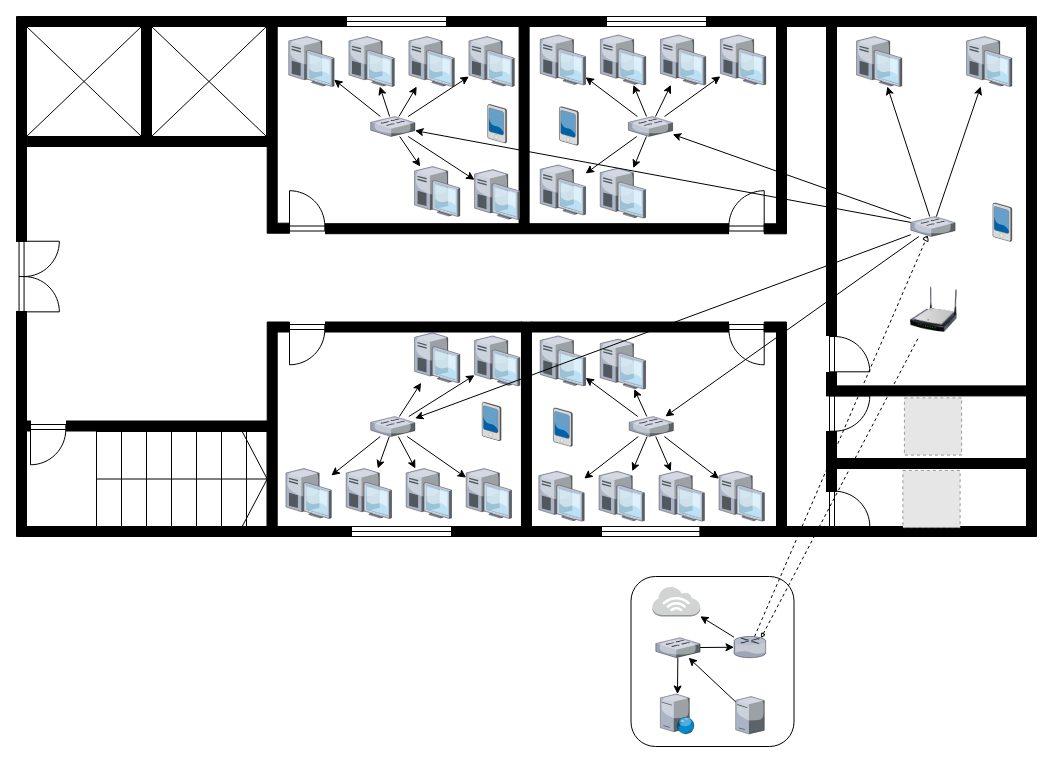
Before: page "Page-1" (1 of 6) of Biểu đồ không có tiêu đề.drawio in thdngh/jdz, a draw.io diagram. Source tidied: cells renumbered, new cells numbered last; positions are measured from the earlier drawing's top-left corner, leaving out a move shared by most shapes. Both pictures are drawn from the tidied source at 100%, with x=0, y=0 at pixel (2, 16). Pictures stored in the file or linked from it are replaced by grey dashed boxes.
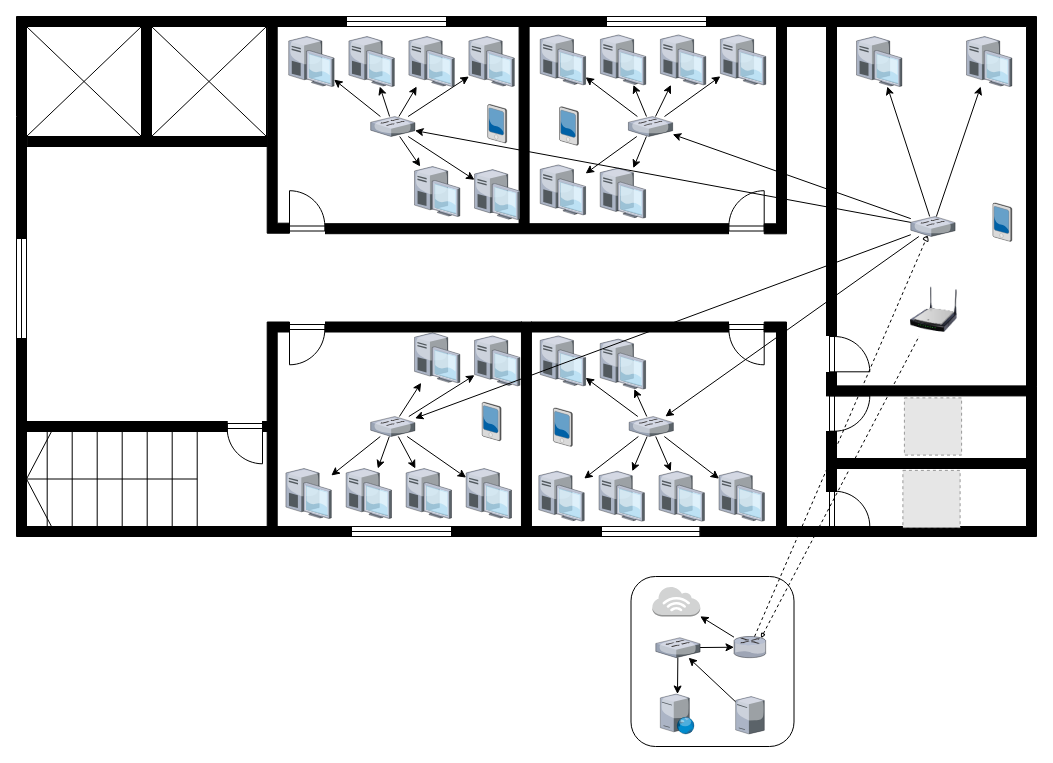
Above is the later version.

Change to the diagram source:
```diff
@@
-    <mxCell id="13" style="verticalLabelPosition=bottom;html=1;verticalAlign=top;align=center;shape=mxgraph.floorplan.doorDouble;fillColor=none;rotation=-90;rounded=1;" parent="1" vertex="1">
-      <mxGeometry y="241.3" width="70.6" height="37.5" as="geometry" />
-    </mxCell>
@@
-    <mxCell id="15" style="verticalLabelPosition=bottom;html=1;verticalAlign=top;align=center;shape=mxgraph.floorplan.stairs;fillColor=none;rounded=1;" parent="1" vertex="1">
-      <mxGeometry x="94" y="415" width="170.7" height="95" as="geometry" />
-    </mxCell>
-    <mxCell id="16" style="verticalLabelPosition=bottom;html=1;verticalAlign=top;align=center;shape=mxgraph.floorplan.wall;fillColor=strokeColor;rounded=1;" parent="1" vertex="1">
-      <mxGeometry x="64" y="404.5" width="200.7" height="10" as="geometry" />
-    </mxCell>
-    <mxCell id="17" style="verticalLabelPosition=bottom;html=1;verticalAlign=top;align=center;shape=mxgraph.floorplan.doorLeft;fillColor=none;rounded=1;" parent="1" vertex="1">
-      <mxGeometry x="28" y="408" width="35.3" height="37.5" as="geometry" />
-    </mxCell>
-    <mxCell id="18" style="verticalLabelPosition=bottom;html=1;verticalAlign=top;align=center;shape=mxgraph.floorplan.wall;fillColor=strokeColor;rounded=1;" parent="1" vertex="1">
-      <mxGeometry x="14" y="404.5" width="14" height="10" as="geometry" />
-    </mxCell>
@@
-    <mxCell id="21" style="verticalLabelPosition=bottom;html=1;verticalAlign=top;align=center;shape=mxgraph.floorplan.wall;fillColor=strokeColor;direction=south;rounded=1;" parent="1" vertex="1">
-      <mxGeometry x="14" y="100" width="10" height="125" as="geometry" />
-    </mxCell>
@@
-    <mxCell id="24" style="verticalLabelPosition=bottom;html=1;verticalAlign=top;align=center;shape=mxgraph.floorplan.wall;fillColor=strokeColor;direction=south;rounded=1;" parent="1" vertex="1">
-      <mxGeometry x="14" y="295" width="10" height="125" as="geometry" />
-    </mxCell>
@@
+    <mxCell id="134" style="verticalLabelPosition=bottom;html=1;verticalAlign=top;align=center;shape=mxgraph.floorplan.wall;fillColor=strokeColor;direction=south;" parent="1" vertex="1">
+      <mxGeometry x="14" y="101" width="10" height="120" as="geometry" />
+    </mxCell>
+    <mxCell id="135" style="verticalLabelPosition=bottom;html=1;verticalAlign=top;align=center;shape=mxgraph.floorplan.wall;fillColor=strokeColor;direction=south;" parent="1" vertex="1">
+      <mxGeometry x="14" y="322" width="10" height="98" as="geometry" />
+    </mxCell>
+    <mxCell id="136" style="verticalLabelPosition=bottom;html=1;verticalAlign=top;align=center;shape=mxgraph.floorplan.window;fillColor=none;rotation=-90;" parent="1" vertex="1">
+      <mxGeometry x="-31" y="267" width="100" height="10" as="geometry" />
+    </mxCell>
+    <mxCell id="137" style="verticalLabelPosition=bottom;html=1;verticalAlign=top;align=center;shape=mxgraph.floorplan.wall;fillColor=strokeColor;" parent="1" vertex="1">
+      <mxGeometry x="24" y="405" width="200.7" height="10" as="geometry" />
+    </mxCell>
+    <mxCell id="138" style="verticalLabelPosition=bottom;html=1;verticalAlign=top;align=center;shape=mxgraph.floorplan.doorLeft;fillColor=none;flipH=1;" parent="1" vertex="1">
+      <mxGeometry x="224.7" y="407" width="35.3" height="37.5" as="geometry" />
+    </mxCell>
+    <mxCell id="139" style="verticalLabelPosition=bottom;html=1;verticalAlign=top;align=center;shape=mxgraph.floorplan.wall;fillColor=strokeColor;" parent="1" vertex="1">
+      <mxGeometry x="260" y="405" width="14" height="10" as="geometry" />
+    </mxCell>
+    <mxCell id="140" style="verticalLabelPosition=bottom;html=1;verticalAlign=top;align=center;shape=mxgraph.floorplan.stairs;fillColor=none;flipH=1;" parent="1" vertex="1">
+      <mxGeometry x="24" y="415" width="170.7" height="95" as="geometry" />
+    </mxCell>
```
